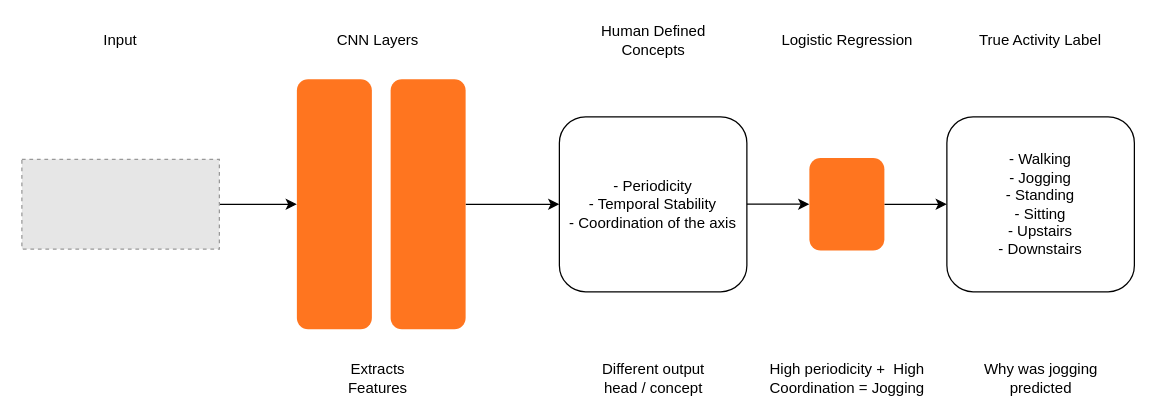
Before: diagrams/cbm.drawio in tudormatei/dsai-project, a draw.io diagram. Source tidied: cells renumbered, new cells numbered last; positions are measured from the earlier drawing's top-left corner, leaving out a move shared by most shapes. Both pictures are drawn from the tidied source at 125%, with x=0, y=0 at pixel (21, 21). Pictures stored in the file or linked from it are replaced by grey dashed boxes.
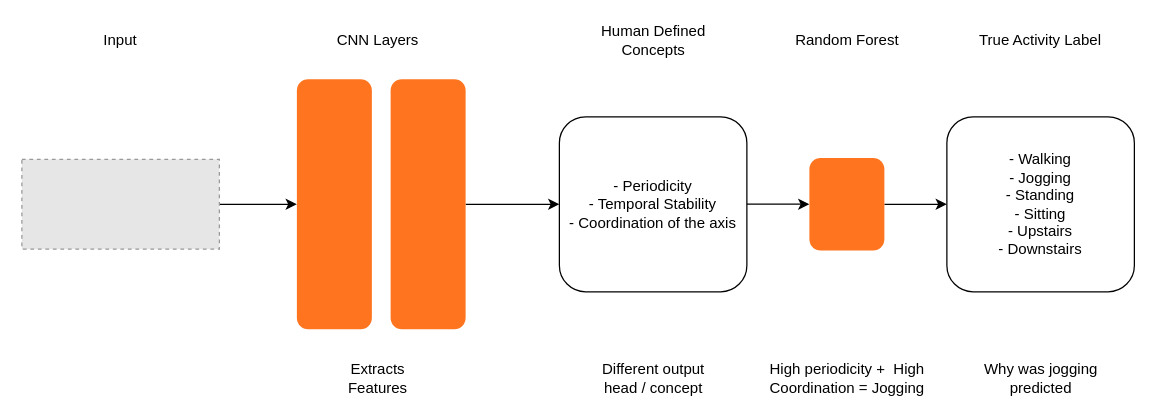
The same page after the edit.

Commit message:
cbm diagram change

Change to the diagram source:
```diff
@@
-    <mxCell id="16" value="Logistic Regression" style="text;html=1;whiteSpace=wrap;strokeColor=none;fillColor=none;align=center;verticalAlign=middle;rounded=0;" parent="1" vertex="1">
+    <mxCell id="16" value="Random Forest" style="text;html=1;whiteSpace=wrap;strokeColor=none;fillColor=none;align=center;verticalAlign=middle;rounded=0;" parent="1" vertex="1">
       <mxGeometry x="602.5" width="115" height="30" as="geometry" />
     </mxCell>
```
